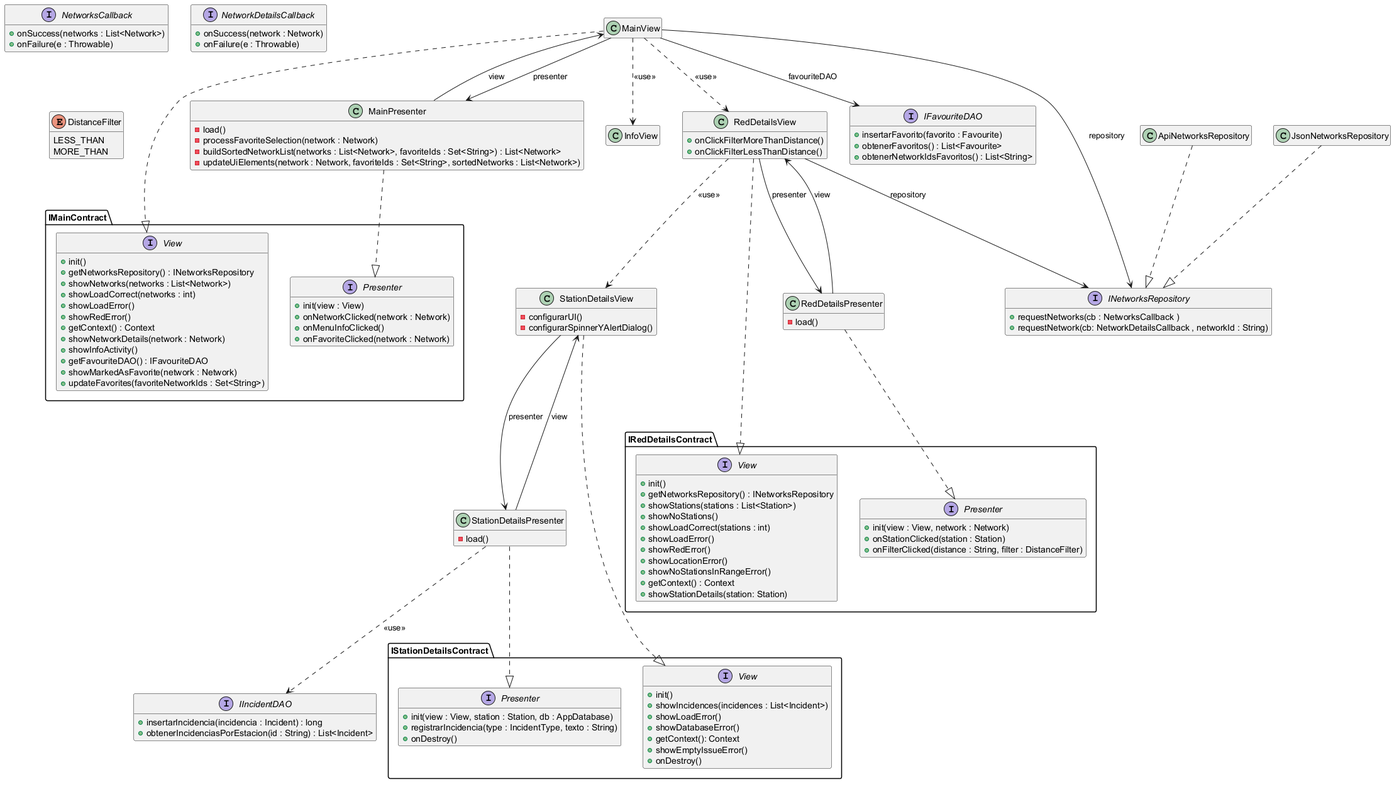
isunican/App-Bicis-Grupo1 keeps this PlantUML diagram as Docs/Models/architecture.png. Above is the earlier version.
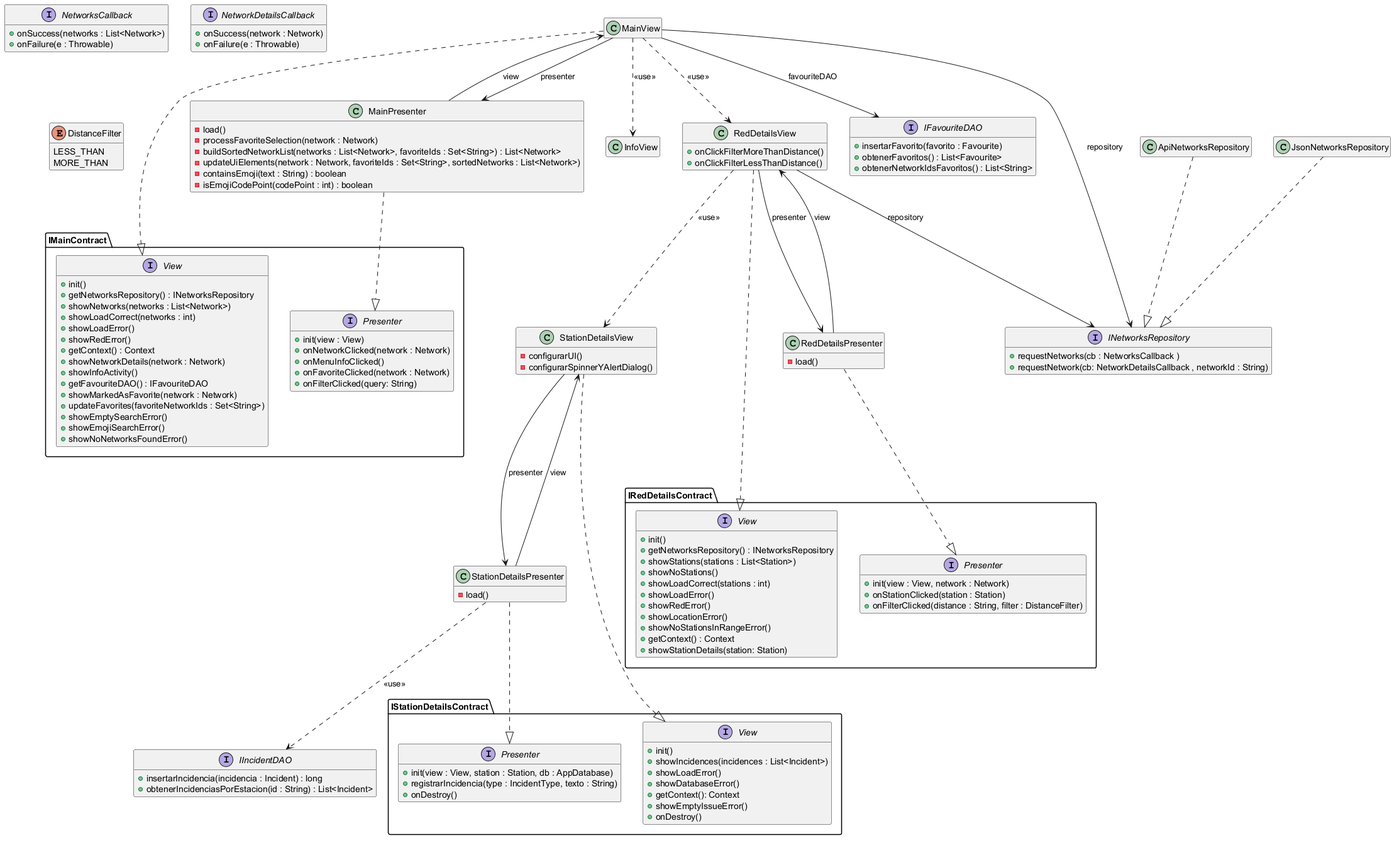
Later version of the same file.

What changed in the source:
```diff
@@ -35,6 +35,8 @@
     - processFavoriteSelection(network : Network)
     - buildSortedNetworkList(networks : List<Network>, favoriteIds : Set<String>) : List<Network>
     - updateUiElements(network : Network, favoriteIds : Set<String>, sortedNetworks : List<Network>)
+    - containsEmoji(text : String) : boolean
+    - isEmojiCodePoint(codePoint : int) : boolean
 }
 
 class InfoView
@@ -79,6 +81,9 @@
     + getFavouriteDAO() : IFavouriteDAO
     + showMarkedAsFavorite(network : Network)
     + updateFavorites(favoriteNetworkIds : Set<String>)
+    + showEmptySearchError()
+    + showEmojiSearchError()
+    + showNoNetworksFoundError()
 }
 
 interface IMainContract.Presenter {
@@ -86,6 +91,7 @@
     + onNetworkClicked(network : Network)
     + onMenuInfoClicked()
     + onFavoriteClicked(network : Network)
+    + onFilterClicked(query: String)
 }
 
 interface IRedDetailsContract.View {
```
